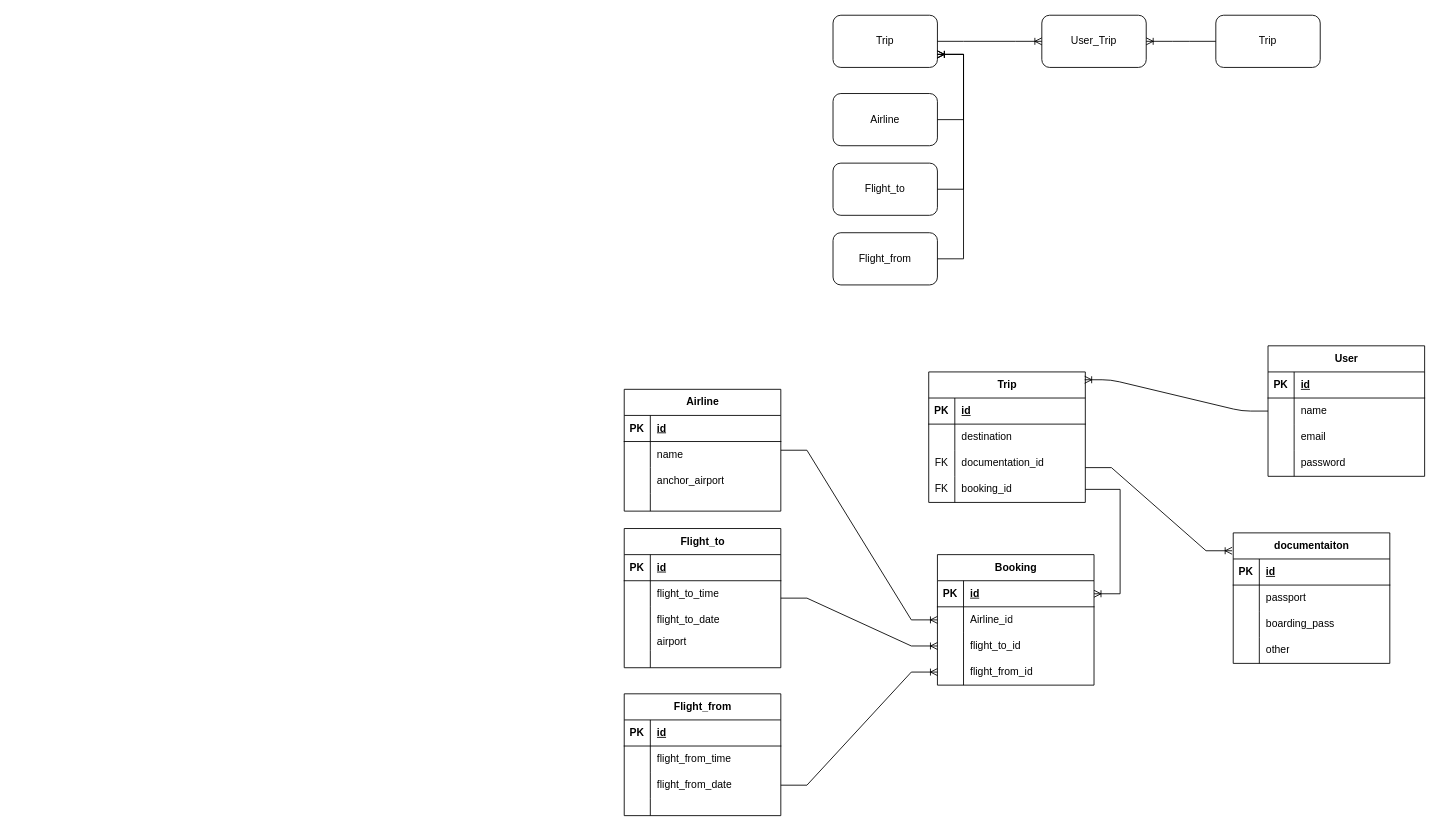
Above: docs+diagrams/softwareDevERD.drawio in y2-SW-project/swproject23-AlexxK03 (draw.io), before the change. Source tidied: cells renumbered, new cells numbered last; positions are measured from the earlier drawing's top-left corner, leaving out a move shared by most shapes. Both pictures are drawn from the tidied source at 87%, with x=0, y=0 at pixel (624, 15).
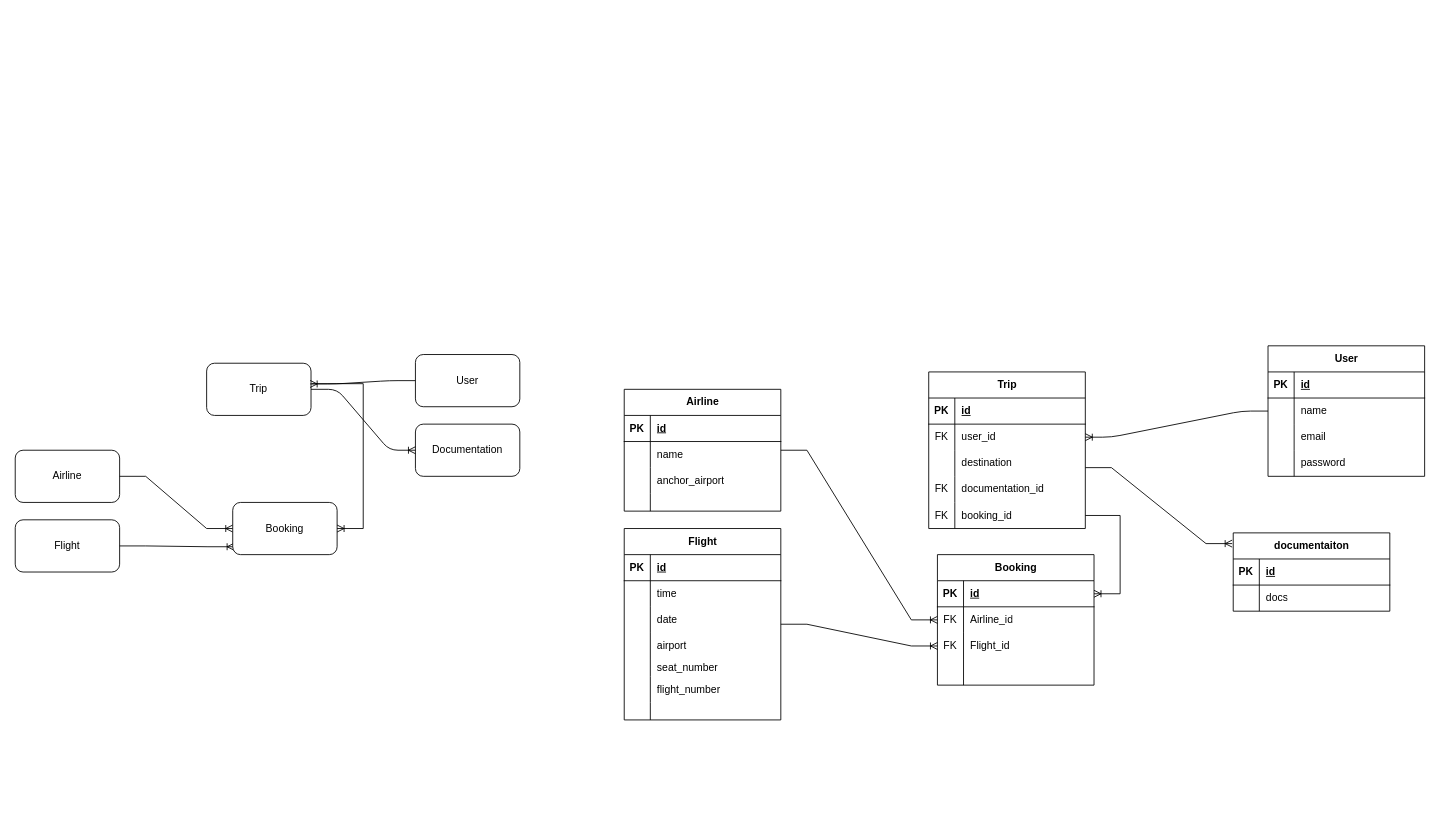
After the change.

Unchanged cells that the change refers to:
```xml
<mxCell id="2" value="User" style="shape=table;startSize=30;childLayout=tableLayout;rowLines=0;fontStyle=1;align=center;html=1;" parent="1" vertex="1">
  <mxGeometry x="740" y="380" width="180" height="150" as="geometry" />
</mxCell>
<mxCell id="33" style="shape=tableRow;horizontal=0;startSize=0;swimlaneHead=0;swimlaneBody=0;fillColor=none;top=0;left=0;right=0;bottom=0;" parent="29" vertex="1">
  <mxGeometry y="60" width="180" height="30" as="geometry" />
</mxCell>
<mxCell id="36" style="shape=tableRow;horizontal=0;startSize=0;swimlaneHead=0;swimlaneBody=0;fillColor=none;top=0;left=0;right=0;bottom=0;" parent="29" vertex="1">
  <mxGeometry y="90" width="180" height="30" as="geometry" />
</mxCell>
<mxCell id="75" style="shape=tableRow;horizontal=0;startSize=0;swimlaneHead=0;swimlaneBody=0;fillColor=none;points=[[0,0.5],[1,0.5]];portConstraint=eastwest;top=0;left=0;right=0;bottom=0;" parent="71" vertex="1">
  <mxGeometry y="60" width="180" height="30" as="geometry" />
</mxCell>
<mxCell id="78" style="shape=tableRow;horizontal=0;startSize=0;swimlaneHead=0;swimlaneBody=0;fillColor=none;points=[[0,0.5],[1,0.5]];portConstraint=eastwest;top=0;left=0;right=0;bottom=0;" parent="71" vertex="1">
  <mxGeometry y="90" width="180" height="30" as="geometry" />
</mxCell>
<mxCell id="81" style="shape=tableRow;horizontal=0;startSize=0;swimlaneHead=0;swimlaneBody=0;fillColor=none;points=[[0,0.5],[1,0.5]];portConstraint=eastwest;top=0;left=0;right=0;bottom=0;" parent="71" vertex="1">
  <mxGeometry y="120" width="180" height="30" as="geometry" />
</mxCell>
<mxCell id="88" style="shape=tableRow;horizontal=0;startSize=0;swimlaneHead=0;swimlaneBody=0;fillColor=none;points=[[0,0.5],[1,0.5]];portConstraint=eastwest;top=0;left=0;right=0;bottom=0;" parent="84" vertex="1">
  <mxGeometry y="60" width="180" height="30" as="geometry" />
</mxCell>
<mxCell id="102" style="shape=tableRow;horizontal=0;startSize=0;swimlaneHead=0;swimlaneBody=0;fillColor=none;top=0;left=0;right=0;bottom=0;" parent="98" vertex="1">
  <mxGeometry y="60" width="180" height="30" as="geometry" />
</mxCell>
```

What changed in the source:
```diff
@@
-    <mxCell id="29" value="Flight_to" style="shape=table;startSize=30;childLayout=tableLayout;rowLines=0;fontStyle=1;align=center;html=1;" parent="1" vertex="1">
-      <mxGeometry y="590" width="180" height="160" as="geometry" />
+    <mxCell id="29" value="Flight" style="shape=table;startSize=30;childLayout=tableLayout;rowLines=0;fontStyle=1;align=center;html=1;" parent="1" vertex="1">
+      <mxGeometry y="590" width="180" height="220" as="geometry" />
     </mxCell>
@@
-    <mxCell id="35" value="flight_to_time" style="shape=partialRectangle;fillColor=none;top=0;left=0;bottom=0;right=0;align=left;spacingLeft=6;overflow=hidden;whiteSpace=wrap;html=1;" parent="33" vertex="1">
+    <mxCell id="35" value="time" style="shape=partialRectangle;fillColor=none;top=0;left=0;bottom=0;right=0;align=left;spacingLeft=6;overflow=hidden;whiteSpace=wrap;html=1;" parent="33" vertex="1">
       <mxGeometry x="30" width="150" height="30" as="geometry" />
     </mxCell>
@@
-    <mxCell id="38" value="flight_to_date" style="shape=partialRectangle;fillColor=none;top=0;left=0;bottom=0;right=0;align=left;spacingLeft=6;overflow=hidden;whiteSpace=wrap;html=1;" parent="36" vertex="1">
+    <mxCell id="38" value="date" style="shape=partialRectangle;fillColor=none;top=0;left=0;bottom=0;right=0;align=left;spacingLeft=6;overflow=hidden;whiteSpace=wrap;html=1;" parent="36" vertex="1">
       <mxGeometry x="30" width="150" height="30" as="geometry" />
     </mxCell>
     <mxCell id="39" style="shape=tableRow;horizontal=0;startSize=0;swimlaneHead=0;swimlaneBody=0;fillColor=none;top=0;left=0;right=0;bottom=0;" parent="29" vertex="1">
-      <mxGeometry y="120" width="180" height="20" as="geometry" />
+      <mxGeometry y="120" width="180" height="30" as="geometry" />
     </mxCell>
     <mxCell id="40" style="shape=partialRectangle;fillColor=none;top=0;left=0;bottom=0;right=0;overflow=hidden;whiteSpace=wrap;html=1;" parent="39" vertex="1">
-      <mxGeometry width="30" height="20" as="geometry" />
+      <mxGeometry width="30" height="30" as="geometry" />
     </mxCell>
     <mxCell id="41" value="airport" style="shape=partialRectangle;fillColor=none;top=0;left=0;bottom=0;right=0;align=left;spacingLeft=6;overflow=hidden;whiteSpace=wrap;html=1;" parent="39" vertex="1">
-      <mxGeometry x="30" width="150" height="20" as="geometry" />
+      <mxGeometry x="30" width="150" height="30" as="geometry" />
     </mxCell>
+    <mxCell id="113" style="shape=tableRow;horizontal=0;startSize=0;swimlaneHead=0;swimlaneBody=0;fillColor=none;top=0;left=0;right=0;bottom=0;" parent="29" vertex="1">
+      <mxGeometry y="150" width="180" height="20" as="geometry" />
+    </mxCell>
+    <mxCell id="57" style="shape=partialRectangle;fillColor=none;top=0;left=0;bottom=0;right=0;overflow=hidden;whiteSpace=wrap;html=1;" parent="113" vertex="1">
+      <mxGeometry width="30" height="20" as="geometry" />
+    </mxCell>
+    <mxCell id="114" value="seat_number" style="shape=partialRectangle;fillColor=none;top=0;left=0;bottom=0;right=0;align=left;spacingLeft=6;overflow=hidden;whiteSpace=wrap;html=1;" parent="113" vertex="1">
+      <mxGeometry x="30" width="150" height="20" as="geometry" />
+    </mxCell>
+    <mxCell id="115" style="shape=tableRow;horizontal=0;startSize=0;swimlaneHead=0;swimlaneBody=0;fillColor=none;top=0;left=0;right=0;bottom=0;" parent="29" vertex="1">
+      <mxGeometry y="170" width="180" height="30" as="geometry" />
+    </mxCell>
+    <mxCell id="116" style="shape=partialRectangle;fillColor=none;top=0;left=0;bottom=0;right=0;overflow=hidden;whiteSpace=wrap;html=1;" parent="115" vertex="1">
+      <mxGeometry width="30" height="30" as="geometry" />
+    </mxCell>
+    <mxCell id="117" value="flight_number" style="shape=partialRectangle;fillColor=none;top=0;left=0;bottom=0;right=0;align=left;spacingLeft=6;overflow=hidden;whiteSpace=wrap;html=1;" parent="115" vertex="1">
+      <mxGeometry x="30" width="150" height="30" as="geometry" />
+    </mxCell>
     <mxCell id="42" style="shape=tableRow;horizontal=0;startSize=0;swimlaneHead=0;swimlaneBody=0;fillColor=none;top=0;left=0;right=0;bottom=0;" parent="29" vertex="1">
-      <mxGeometry y="140" width="180" height="20" as="geometry" />
+      <mxGeometry y="200" width="180" height="20" as="geometry" />
     </mxCell>
@@
-    <mxCell id="46" value="Flight_from" style="shape=table;startSize=30;childLayout=tableLayout;rowLines=0;fontStyle=1;align=center;html=1;" parent="1" vertex="1">
-      <mxGeometry y="780" width="180" height="140" as="geometry" />
-    </mxCell>
-    <mxCell id="47" style="shape=tableRow;horizontal=0;startSize=0;swimlaneHead=0;swimlaneBody=0;fillColor=none;top=0;left=0;right=0;bottom=1;" parent="46" vertex="1">
-      <mxGeometry y="30" width="180" height="30" as="geometry" />
-    </mxCell>
-    <mxCell id="48" value="PK" style="shape=partialRectangle;fillColor=none;top=0;left=0;bottom=0;right=0;fontStyle=1;overflow=hidden;whiteSpace=wrap;html=1;" parent="47" vertex="1">
-      <mxGeometry width="30" height="30" as="geometry" />
-    </mxCell>
-    <mxCell id="49" value="id" style="shape=partialRectangle;fillColor=none;top=0;left=0;bottom=0;right=0;align=left;spacingLeft=6;fontStyle=5;overflow=hidden;whiteSpace=wrap;html=1;" parent="47" vertex="1">
-      <mxGeometry x="30" width="150" height="30" as="geometry" />
-    </mxCell>
-    <mxCell id="50" style="shape=tableRow;horizontal=0;startSize=0;swimlaneHead=0;swimlaneBody=0;fillColor=none;top=0;left=0;right=0;bottom=0;" parent="46" vertex="1">
-      <mxGeometry y="60" width="180" height="30" as="geometry" />
-    </mxCell>
-    <mxCell id="51" style="shape=partialRectangle;fillColor=none;top=0;left=0;bottom=0;right=0;overflow=hidden;whiteSpace=wrap;html=1;" parent="50" vertex="1">
-      <mxGeometry width="30" height="30" as="geometry" />
-    </mxCell>
-    <mxCell id="52" value="flight_from_time" style="shape=partialRectangle;fillColor=none;top=0;left=0;bottom=0;right=0;align=left;spacingLeft=6;overflow=hidden;whiteSpace=wrap;html=1;" parent="50" vertex="1">
-      <mxGeometry x="30" width="150" height="30" as="geometry" />
-    </mxCell>
-    <mxCell id="53" style="shape=tableRow;horizontal=0;startSize=0;swimlaneHead=0;swimlaneBody=0;fillColor=none;points=[[0,0.5],[1,0.5]];portConstraint=eastwest;top=0;left=0;right=0;bottom=0;" parent="46" vertex="1">
-      <mxGeometry y="90" width="180" height="30" as="geometry" />
-    </mxCell>
-    <mxCell id="54" style="shape=partialRectangle;fillColor=none;top=0;left=0;bottom=0;right=0;overflow=hidden;whiteSpace=wrap;html=1;" parent="53" vertex="1">
-      <mxGeometry width="30" height="30" as="geometry" />
-    </mxCell>
-    <mxCell id="55" value="flight_from_date" style="shape=partialRectangle;fillColor=none;top=0;left=0;bottom=0;right=0;align=left;spacingLeft=6;overflow=hidden;whiteSpace=wrap;html=1;" parent="53" vertex="1">
-      <mxGeometry x="30" width="150" height="30" as="geometry" />
-    </mxCell>
-    <mxCell id="56" style="shape=tableRow;horizontal=0;startSize=0;swimlaneHead=0;swimlaneBody=0;fillColor=none;top=0;left=0;right=0;bottom=0;" parent="46" vertex="1">
-      <mxGeometry y="120" width="180" height="20" as="geometry" />
-    </mxCell>
-    <mxCell id="57" style="shape=partialRectangle;fillColor=none;top=0;left=0;bottom=0;right=0;overflow=hidden;whiteSpace=wrap;html=1;" parent="56" vertex="1">
-      <mxGeometry width="30" height="20" as="geometry" />
-    </mxCell>
-    <mxCell id="58" style="shape=partialRectangle;fillColor=none;top=0;left=0;bottom=0;right=0;align=left;spacingLeft=6;overflow=hidden;whiteSpace=wrap;html=1;" parent="56" vertex="1">
-      <mxGeometry x="30" width="150" height="20" as="geometry" />
-    </mxCell>
-    <mxCell id="59" style="edgeStyle=entityRelationEdgeStyle;fontSize=12;html=1;endArrow=ERoneToMany;rounded=0;entryX=0;entryY=0.5;entryDx=0;entryDy=0;" parent="1" edge="1" source="53" target="81">
-      <mxGeometry relative="1" as="geometry" />
-    </mxCell>
     <mxCell id="60" value="Trip" style="rounded=1;whiteSpace=wrap;html=1;" parent="1" vertex="1">
-      <mxGeometry x="240" width="120" height="60" as="geometry" />
+      <mxGeometry x="-480" y="400" width="120" height="60" as="geometry" />
     </mxCell>
-    <mxCell id="61" value="User_Trip" style="rounded=1;whiteSpace=wrap;html=1;" parent="1" vertex="1">
-      <mxGeometry x="480" width="120" height="60" as="geometry" />
-    </mxCell>
-    <mxCell id="62" value="Trip" style="rounded=1;whiteSpace=wrap;html=1;" parent="1" vertex="1">
-      <mxGeometry x="680" width="120" height="60" as="geometry" />
+    <mxCell id="62" value="User" style="rounded=1;whiteSpace=wrap;html=1;" parent="1" vertex="1">
+      <mxGeometry x="-240" y="390" width="120" height="60" as="geometry" />
     </mxCell>
-    <mxCell id="63" style="edgeStyle=entityRelationEdgeStyle;fontSize=12;html=1;endArrow=ERoneToMany;rounded=0;exitX=1;exitY=0.5;exitDx=0;exitDy=0;entryX=0;entryY=0.5;entryDx=0;entryDy=0;" parent="1" edge="1" source="60" target="61">
-      <mxGeometry relative="1" as="geometry" />
-    </mxCell>
-    <mxCell id="64" style="edgeStyle=entityRelationEdgeStyle;fontSize=12;html=1;endArrow=ERoneToMany;rounded=0;entryX=1;entryY=0.5;entryDx=0;entryDy=0;exitX=0;exitY=0.5;exitDx=0;exitDy=0;" parent="1" edge="1" source="62" target="61">
-      <mxGeometry relative="1" as="geometry" />
-    </mxCell>
     <mxCell id="65" value="Airline" style="rounded=1;whiteSpace=wrap;html=1;" parent="1" vertex="1">
-      <mxGeometry x="240" y="90" width="120" height="60" as="geometry" />
+      <mxGeometry x="-700" y="500" width="120" height="60" as="geometry" />
     </mxCell>
-    <mxCell id="66" value="Flight_from" style="rounded=1;whiteSpace=wrap;html=1;" parent="1" vertex="1">
-      <mxGeometry x="240" y="250" width="120" height="60" as="geometry" />
-    </mxCell>
-    <mxCell id="67" value="Flight_to" style="rounded=1;whiteSpace=wrap;html=1;" parent="1" vertex="1">
-      <mxGeometry x="240" y="170" width="120" height="60" as="geometry" />
+    <mxCell id="67" value="Flight" style="rounded=1;whiteSpace=wrap;html=1;" parent="1" vertex="1">
+      <mxGeometry x="-700" y="580" width="120" height="60" as="geometry" />
     </mxCell>
-    <mxCell id="68" style="edgeStyle=entityRelationEdgeStyle;fontSize=12;html=1;endArrow=ERoneToMany;rounded=0;exitX=1;exitY=0.5;exitDx=0;exitDy=0;entryX=1;entryY=0.75;entryDx=0;entryDy=0;" parent="1" edge="1" source="65" target="60">
+    <mxCell id="68" style="edgeStyle=entityRelationEdgeStyle;fontSize=12;html=1;endArrow=ERoneToMany;rounded=0;exitX=1;exitY=0.5;exitDx=0;exitDy=0;" parent="1" edge="1" source="65" target="121">
       <mxGeometry relative="1" as="geometry" />
     </mxCell>
-    <mxCell id="69" style="edgeStyle=entityRelationEdgeStyle;fontSize=12;html=1;endArrow=ERoneToMany;rounded=0;exitX=1;exitY=0.5;exitDx=0;exitDy=0;entryX=1;entryY=0.75;entryDx=0;entryDy=0;" parent="1" edge="1" source="67" target="60">
+    <mxCell id="69" style="edgeStyle=entityRelationEdgeStyle;fontSize=12;html=1;endArrow=ERoneToMany;rounded=0;exitX=1;exitY=0.5;exitDx=0;exitDy=0;entryX=0.013;entryY=0.849;entryDx=0;entryDy=0;entryPerimeter=0;" parent="1" edge="1" source="67" target="121">
       <mxGeometry relative="1" as="geometry" />
     </mxCell>
-    <mxCell id="70" style="edgeStyle=entityRelationEdgeStyle;fontSize=12;html=1;endArrow=ERoneToMany;rounded=0;exitX=1;exitY=0.5;exitDx=0;exitDy=0;entryX=1;entryY=0.75;entryDx=0;entryDy=0;" parent="1" edge="1" source="66" target="60">
-      <mxGeometry relative="1" as="geometry" />
-    </mxCell>
@@
-    <mxCell id="76" style="shape=partialRectangle;fillColor=none;top=0;left=0;bottom=0;right=0;overflow=hidden;whiteSpace=wrap;html=1;" parent="75" vertex="1">
+    <mxCell id="76" value="FK" style="shape=partialRectangle;fillColor=none;top=0;left=0;bottom=0;right=0;overflow=hidden;whiteSpace=wrap;html=1;" parent="75" vertex="1">
       <mxGeometry width="30" height="30" as="geometry" />
     </mxCell>
@@
-    <mxCell id="79" style="shape=partialRectangle;fillColor=none;top=0;left=0;bottom=0;right=0;overflow=hidden;whiteSpace=wrap;html=1;" parent="78" vertex="1">
+    <mxCell id="79" value="FK" style="shape=partialRectangle;fillColor=none;top=0;left=0;bottom=0;right=0;overflow=hidden;whiteSpace=wrap;html=1;" parent="78" vertex="1">
       <mxGeometry width="30" height="30" as="geometry" />
     </mxCell>
-    <mxCell id="80" value="flight_to_id" style="shape=partialRectangle;fillColor=none;top=0;left=0;bottom=0;right=0;align=left;spacingLeft=6;overflow=hidden;whiteSpace=wrap;html=1;" parent="78" vertex="1">
+    <mxCell id="80" value="Flight_id" style="shape=partialRectangle;fillColor=none;top=0;left=0;bottom=0;right=0;align=left;spacingLeft=6;overflow=hidden;whiteSpace=wrap;html=1;" parent="78" vertex="1">
       <mxGeometry x="30" width="150" height="30" as="geometry" />
     </mxCell>
@@
-    <mxCell id="83" value="flight_from_id" style="shape=partialRectangle;fillColor=none;top=0;left=0;bottom=0;right=0;align=left;spacingLeft=6;overflow=hidden;whiteSpace=wrap;html=1;" parent="81" vertex="1">
+    <mxCell id="83" style="shape=partialRectangle;fillColor=none;top=0;left=0;bottom=0;right=0;align=left;spacingLeft=6;overflow=hidden;whiteSpace=wrap;html=1;" parent="81" vertex="1">
       <mxGeometry x="30" width="150" height="30" as="geometry" />
     </mxCell>
     <mxCell id="84" value="Trip" style="shape=table;startSize=30;childLayout=tableLayout;rowLines=0;fontStyle=1;align=center;html=1;" parent="1" vertex="1">
-      <mxGeometry x="350" y="410" width="180" height="150" as="geometry" />
+      <mxGeometry x="350" y="410" width="180" height="180" as="geometry" />
     </mxCell>
@@
-    <mxCell id="89" style="shape=partialRectangle;fillColor=none;top=0;left=0;bottom=0;right=0;overflow=hidden;whiteSpace=wrap;html=1;" parent="88" vertex="1">
+    <mxCell id="89" value="FK" style="shape=partialRectangle;fillColor=none;top=0;left=0;bottom=0;right=0;overflow=hidden;whiteSpace=wrap;html=1;" parent="88" vertex="1">
       <mxGeometry width="30" height="30" as="geometry" />
     </mxCell>
-    <mxCell id="90" value="destination" style="shape=partialRectangle;fillColor=none;top=0;left=0;bottom=0;right=0;align=left;spacingLeft=6;overflow=hidden;whiteSpace=wrap;html=1;" parent="88" vertex="1">
+    <mxCell id="90" value="user_id" style="shape=partialRectangle;fillColor=none;top=0;left=0;bottom=0;right=0;align=left;spacingLeft=6;overflow=hidden;whiteSpace=wrap;html=1;" parent="88" vertex="1">
       <mxGeometry x="30" width="150" height="30" as="geometry" />
     </mxCell>
+    <mxCell id="118" style="shape=tableRow;horizontal=0;startSize=0;swimlaneHead=0;swimlaneBody=0;fillColor=none;top=0;left=0;right=0;bottom=0;" parent="84" vertex="1">
+      <mxGeometry y="90" width="180" height="30" as="geometry" />
+    </mxCell>
+    <mxCell id="119" style="shape=partialRectangle;fillColor=none;top=0;left=0;bottom=0;right=0;overflow=hidden;whiteSpace=wrap;html=1;" parent="118" vertex="1">
+      <mxGeometry width="30" height="30" as="geometry" />
+    </mxCell>
+    <mxCell id="120" value="destination" style="shape=partialRectangle;fillColor=none;top=0;left=0;bottom=0;right=0;align=left;spacingLeft=6;overflow=hidden;whiteSpace=wrap;html=1;" parent="118" vertex="1">
+      <mxGeometry x="30" width="150" height="30" as="geometry" />
+    </mxCell>
     <mxCell id="91" style="shape=tableRow;horizontal=0;startSize=0;swimlaneHead=0;swimlaneBody=0;fillColor=none;top=0;left=0;right=0;bottom=0;" parent="84" vertex="1">
-      <mxGeometry y="90" width="180" height="30" as="geometry" />
+      <mxGeometry y="120" width="180" height="30" as="geometry" />
     </mxCell>
@@
     <mxCell id="94" style="shape=tableRow;horizontal=0;startSize=0;swimlaneHead=0;swimlaneBody=0;fillColor=none;points=[[0,0.5],[1,0.5]];portConstraint=eastwest;top=0;left=0;right=0;bottom=0;" parent="84" vertex="1">
-      <mxGeometry y="120" width="180" height="30" as="geometry" />
+      <mxGeometry y="150" width="180" height="30" as="geometry" />
     </mxCell>
@@
     <mxCell id="98" value="documentaiton" style="shape=table;startSize=30;childLayout=tableLayout;rowLines=0;fontStyle=1;align=center;html=1;" parent="1" vertex="1">
-      <mxGeometry x="700" y="595" width="180" height="150" as="geometry" />
+      <mxGeometry x="700" y="595" width="180" height="90" as="geometry" />
     </mxCell>
@@
-    <mxCell id="104" value="passport" style="shape=partialRectangle;fillColor=none;top=0;left=0;bottom=0;right=0;align=left;spacingLeft=6;overflow=hidden;whiteSpace=wrap;html=1;" parent="102" vertex="1">
+    <mxCell id="104" value="docs" style="shape=partialRectangle;fillColor=none;top=0;left=0;bottom=0;right=0;align=left;spacingLeft=6;overflow=hidden;whiteSpace=wrap;html=1;" parent="102" vertex="1">
       <mxGeometry x="30" width="150" height="30" as="geometry" />
     </mxCell>
-    <mxCell id="105" style="shape=tableRow;horizontal=0;startSize=0;swimlaneHead=0;swimlaneBody=0;fillColor=none;top=0;left=0;right=0;bottom=0;" parent="98" vertex="1">
-      <mxGeometry y="90" width="180" height="30" as="geometry" />
-    </mxCell>
-    <mxCell id="106" style="shape=partialRectangle;fillColor=none;top=0;left=0;bottom=0;right=0;overflow=hidden;whiteSpace=wrap;html=1;" parent="105" vertex="1">
-      <mxGeometry width="30" height="30" as="geometry" />
-    </mxCell>
-    <mxCell id="107" value="boarding_pass" style="shape=partialRectangle;fillColor=none;top=0;left=0;bottom=0;right=0;align=left;spacingLeft=6;overflow=hidden;whiteSpace=wrap;html=1;" parent="105" vertex="1">
-      <mxGeometry x="30" width="150" height="30" as="geometry" />
-    </mxCell>
-    <mxCell id="108" style="shape=tableRow;horizontal=0;startSize=0;swimlaneHead=0;swimlaneBody=0;fillColor=none;top=0;left=0;right=0;bottom=0;" parent="98" vertex="1">
-      <mxGeometry y="120" width="180" height="30" as="geometry" />
-    </mxCell>
-    <mxCell id="109" style="shape=partialRectangle;fillColor=none;top=0;left=0;bottom=0;right=0;overflow=hidden;whiteSpace=wrap;html=1;" parent="108" vertex="1">
-      <mxGeometry width="30" height="30" as="geometry" />
-    </mxCell>
-    <mxCell id="110" value="other" style="shape=partialRectangle;fillColor=none;top=0;left=0;bottom=0;right=0;align=left;spacingLeft=6;overflow=hidden;whiteSpace=wrap;html=1;" parent="108" vertex="1">
-      <mxGeometry x="30" width="150" height="30" as="geometry" />
-    </mxCell>
@@
-    <mxCell id="112" style="edgeStyle=entityRelationEdgeStyle;fontSize=12;html=1;endArrow=ERoneToMany;entryX=0.996;entryY=0.06;entryDx=0;entryDy=0;entryPerimeter=0;" parent="1" edge="1" source="2" target="84">
+    <mxCell id="112" style="edgeStyle=entityRelationEdgeStyle;fontSize=12;html=1;endArrow=ERoneToMany;" parent="1" edge="1" source="2" target="88">
       <mxGeometry relative="1" as="geometry" />
     </mxCell>
+    <mxCell id="121" value="Booking" style="rounded=1;whiteSpace=wrap;html=1;" parent="1" vertex="1">
+      <mxGeometry x="-450" y="560" width="120" height="60" as="geometry" />
+    </mxCell>
+    <mxCell id="122" style="edgeStyle=entityRelationEdgeStyle;fontSize=12;html=1;endArrow=ERoneToMany;rounded=0;exitX=1.005;exitY=0.392;exitDx=0;exitDy=0;exitPerimeter=0;" parent="1" edge="1" source="60" target="121">
+      <mxGeometry relative="1" as="geometry" />
+    </mxCell>
+    <mxCell id="123" style="edgeStyle=entityRelationEdgeStyle;fontSize=12;html=1;endArrow=ERoneToMany;entryX=0.992;entryY=0.397;entryDx=0;entryDy=0;entryPerimeter=0;" parent="1" edge="1" source="62" target="60">
+      <mxGeometry relative="1" as="geometry" />
+    </mxCell>
+    <mxCell id="124" value="Documentation" style="rounded=1;whiteSpace=wrap;html=1;" parent="1" vertex="1">
+      <mxGeometry x="-240" y="470" width="120" height="60" as="geometry" />
+    </mxCell>
+    <mxCell id="125" style="edgeStyle=entityRelationEdgeStyle;fontSize=12;html=1;endArrow=ERoneToMany;entryX=0;entryY=0.5;entryDx=0;entryDy=0;exitX=1;exitY=0.5;exitDx=0;exitDy=0;" parent="1" edge="1" source="60" target="124">
+      <mxGeometry relative="1" as="geometry" />
+    </mxCell>
```
